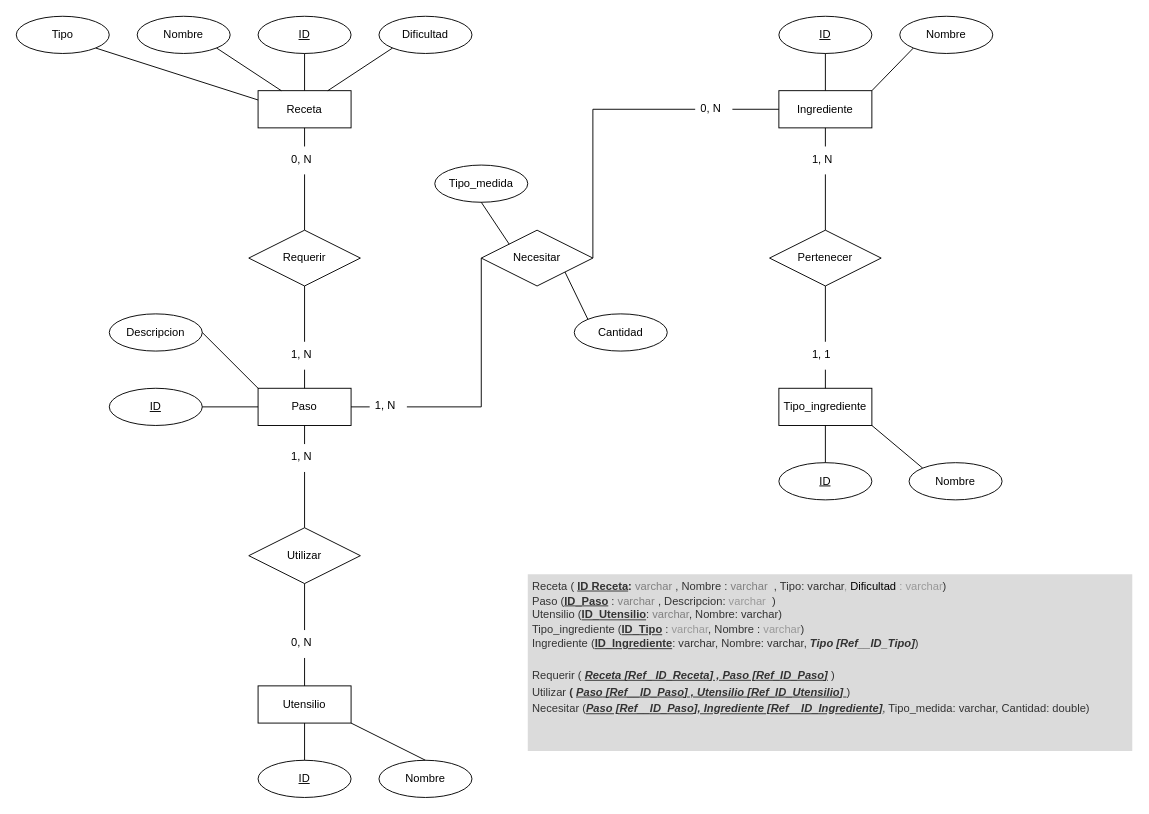
The draw.io diagram Diagramas/Actividad_09_C3_UD12.drawio in jordimall/jmg-tsys-ta12diagramasER-drawio-111023, before the edit. Source tidied: cells renumbered, new cells numbered last; positions are measured from the earlier drawing's top-left corner, leaving out a move shared by most shapes. Both pictures are drawn from the tidied source at 93%, with x=0, y=0 at pixel (16, 16).
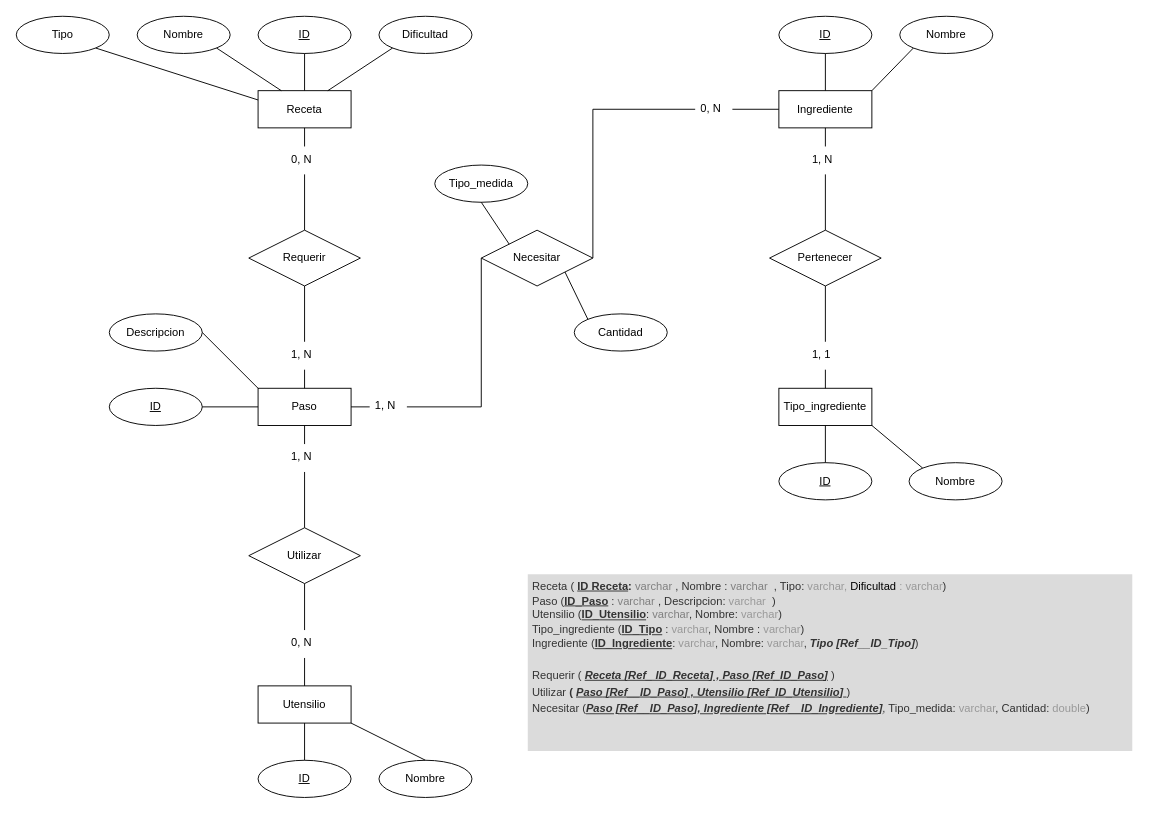
The same page after the edit.

Commit message:
Actualizar modelo relacional Actividad_09_C3_UD12.drawio

Diff of the diagram source:
```diff
@@
-    <mxCell id="63" value="&lt;h1 style=&quot;line-height: 150%;&quot;&gt;&lt;div style=&quot;border-color: var(--border-color); font-size: 12px; line-height: 130%;&quot;&gt;&lt;font style=&quot;border-color: var(--border-color);&quot;&gt;&lt;span style=&quot;border-color: var(--border-color);&quot;&gt;&lt;span style=&quot;border-color: var(--border-color);&quot;&gt;&lt;span style=&quot;font-weight: 400;&quot;&gt;Receta ( &lt;/span&gt;&lt;u style=&quot;&quot;&gt;ID Receta&lt;/u&gt;&lt;/span&gt;&lt;span style=&quot;border-color: var(--border-color);&quot;&gt;:&lt;/span&gt;&lt;font style=&quot;font-weight: 400; border-color: var(--border-color);&quot; color=&quot;#808080&quot;&gt;&amp;nbsp;varchar&lt;/font&gt;&lt;span style=&quot;font-weight: 400;&quot;&gt;&amp;nbsp;, Nombre : &lt;font color=&quot;#808080&quot;&gt;varchar&lt;/font&gt;&lt;/span&gt;&lt;span style=&quot;font-weight: 400;&quot;&gt;&amp;nbsp; , Tipo: varchar&lt;/span&gt;&lt;font style=&quot;font-weight: 400;&quot; color=&quot;#999999&quot;&gt;, &lt;/font&gt;&lt;font color=&quot;#000000&quot; style=&quot;font-weight: 400;&quot;&gt;Dificultad&lt;/font&gt;&lt;font style=&quot;font-weight: 400;&quot; color=&quot;#999999&quot;&gt;&amp;nbsp;: varchar&lt;/font&gt;&lt;span style=&quot;font-weight: 400;&quot;&gt;)&lt;/span&gt;&lt;br&gt;&lt;/span&gt;&lt;/font&gt;&lt;/div&gt;&lt;div style=&quot;border-color: var(--border-color); font-size: 12px; line-height: 130%;&quot;&gt;&lt;font style=&quot;border-color: var(--border-color);&quot;&gt;&lt;span style=&quot;border-color: var(--border-color);&quot;&gt;&lt;span style=&quot;border-color: var(--border-color);&quot;&gt;&lt;span style=&quot;font-weight: 400;&quot;&gt;Paso (&lt;/span&gt;&lt;u&gt;ID_Paso&lt;/u&gt;&lt;/span&gt;&lt;span style=&quot;font-weight: 400; border-color: var(--border-color);&quot;&gt;&amp;nbsp;&lt;/span&gt;&lt;span style=&quot;font-weight: 400; border-color: var(--border-color);&quot;&gt;: &lt;font color=&quot;#808080&quot;&gt;varchar&lt;/font&gt;&lt;/span&gt;&lt;span style=&quot;font-weight: 400; border-color: var(--border-color);&quot;&gt;&amp;nbsp;, Descripcion: &lt;font color=&quot;#999999&quot;&gt;varchar&lt;/font&gt;&amp;nbsp;&amp;nbsp;&lt;/span&gt;&lt;span style=&quot;border-color: var(--border-color);&quot;&gt;&lt;span style=&quot;font-weight: 400;&quot;&gt;)&amp;nbsp;&lt;/span&gt;&lt;/span&gt;&lt;/span&gt;&lt;/font&gt;&lt;/div&gt;&lt;div style=&quot;border-color: var(--border-color); font-size: 12px; line-height: 130%;&quot;&gt;&lt;font style=&quot;border-color: var(--border-color);&quot;&gt;&lt;span style=&quot;border-color: var(--border-color);&quot;&gt;&lt;span style=&quot;font-weight: 400;&quot;&gt;Utensilio (&lt;/span&gt;&lt;u&gt;ID_Utensilio&lt;/u&gt;&lt;/span&gt;&lt;span style=&quot;font-weight: 400;&quot;&gt;: &lt;font color=&quot;#808080&quot;&gt;varchar&lt;/font&gt;&lt;/span&gt;&lt;b style=&quot;font-weight: 400; border-color: var(--border-color);&quot;&gt;,&lt;/b&gt;&lt;span style=&quot;font-weight: 400;&quot;&gt;&amp;nbsp;Nombre: varchar&lt;/span&gt;&lt;span style=&quot;font-weight: 400;&quot;&gt;)&amp;nbsp;&lt;/span&gt;&lt;/font&gt;&lt;/div&gt;&lt;div style=&quot;border-color: var(--border-color); font-size: 12px; line-height: 130%;&quot;&gt;&lt;span style=&quot;background-color: initial; font-weight: 400; border-color: var(--border-color);&quot;&gt;Tipo_ingrediente (&lt;/span&gt;&lt;span style=&quot;background-color: initial; border-color: var(--border-color);&quot;&gt;&lt;u&gt;ID_Tipo&lt;/u&gt;&lt;/span&gt;&lt;span style=&quot;background-color: initial; font-weight: 400; border-color: var(--border-color);&quot;&gt;&amp;nbsp;:&lt;font color=&quot;#999999&quot;&gt;&amp;nbsp;varchar&lt;/font&gt;, Nombre :&lt;font color=&quot;#999999&quot;&gt;&amp;nbsp;varchar&lt;/font&gt;&lt;/span&gt;&lt;span style=&quot;background-color: initial;&quot;&gt;&lt;span style=&quot;font-weight: 400;&quot;&gt;)&lt;/span&gt;&lt;i style=&quot;&quot;&gt;&lt;font style=&quot;&quot; color=&quot;#000000&quot;&gt;&amp;nbsp;&lt;/font&gt;&lt;/i&gt;&lt;/span&gt;&lt;br&gt;&lt;/div&gt;&lt;div style=&quot;border-color: var(--border-color); font-size: 12px; line-height: 130%;&quot;&gt;&lt;span style=&quot;background-color: initial; font-weight: 400;&quot;&gt;Ingrediente (&lt;/span&gt;&lt;span style=&quot;background-color: initial;&quot;&gt;&lt;u&gt;ID_Ingrediente&lt;/u&gt;&lt;/span&gt;&lt;span style=&quot;background-color: initial; font-weight: 400;&quot;&gt;: varchar, Nombre: varchar, &lt;/span&gt;&lt;span style=&quot;background-color: initial;&quot;&gt;&lt;i&gt;Tipo [Ref__ID_Tipo]&lt;/i&gt;&lt;/span&gt;&lt;span style=&quot;background-color: initial; font-weight: 400;&quot;&gt;)&lt;/span&gt;&lt;/div&gt;&lt;div style=&quot;border-color: var(--border-color); font-size: 12px; line-height: 130%;&quot;&gt;&lt;span style=&quot;background-color: initial; font-weight: 400;&quot;&gt;&lt;br&gt;&lt;/span&gt;&lt;/div&gt;&lt;div style=&quot;border-color: var(--border-color); font-weight: 400; font-size: 12px; line-height: 150%;&quot;&gt;&lt;/div&gt;&lt;span style=&quot;border-color: var(--border-color); font-size: 12px;&quot;&gt;&lt;div style=&quot;border-color: var(--border-color); line-height: 150%;&quot;&gt;&lt;font style=&quot;border-color: var(--border-color);&quot;&gt;&lt;b style=&quot;font-style: normal; font-weight: 400; border-color: var(--border-color);&quot;&gt;Requerir (&lt;/b&gt;&lt;b style=&quot;font-style: normal; font-weight: 400; border-color: var(--border-color);&quot;&gt;&amp;nbsp;&lt;/b&gt;&lt;span style=&quot;border-color: var(--border-color);&quot;&gt;&lt;i&gt;&lt;u&gt;Receta&amp;nbsp;&lt;/u&gt;&lt;/i&gt;&lt;/span&gt;&lt;/font&gt;&lt;span style=&quot;font-weight: 400; background-color: initial; border-color: var(--border-color);&quot;&gt;&lt;b style=&quot;border-color: var(--border-color);&quot;&gt;&lt;u style=&quot;&quot;&gt;&lt;i&gt;[Ref_ ID_Receta] , Paso [Ref_ID_Paso]&lt;/i&gt;&lt;/u&gt;&lt;/b&gt;&lt;/span&gt;&lt;span style=&quot;font-weight: 400; background-color: initial;&quot;&gt;&lt;i&gt;&amp;nbsp;&lt;/i&gt;&lt;/span&gt;&lt;span style=&quot;font-style: normal; font-weight: 400; background-color: initial;&quot;&gt;)&lt;/span&gt;&lt;/div&gt;&lt;div style=&quot;border-color: var(--border-color); line-height: 150%;&quot;&gt;&lt;span style=&quot;font-style: normal;&quot;&gt;&lt;span style=&quot;font-weight: normal;&quot;&gt;Utilizar&amp;nbsp;&lt;/span&gt;( &lt;/span&gt;&lt;i&gt;&lt;u&gt;Paso&lt;/u&gt;&lt;/i&gt;&lt;span style=&quot;background-color: initial; font-weight: normal; border-color: var(--border-color);&quot;&gt;&lt;span style=&quot;border-color: var(--border-color); background-color: initial;&quot;&gt;&lt;b style=&quot;border-color: var(--border-color);&quot;&gt;&lt;i&gt;&lt;u&gt;&amp;nbsp;&lt;/u&gt;&lt;/i&gt;&lt;/b&gt;&lt;i&gt;&lt;b style=&quot;text-decoration-line: underline; border-color: var(--border-color);&quot;&gt;[Ref__ID_Paso] , &lt;/b&gt;&lt;b style=&quot;text-decoration-line: underline; border-color: var(--border-color);&quot;&gt;Utensilio &lt;/b&gt;&lt;b style=&quot;text-decoration-line: underline; border-color: var(--border-color);&quot;&gt;[Ref_ID_Utensilio]&lt;/b&gt;&lt;/i&gt;&lt;/span&gt;&lt;span style=&quot;text-decoration-line: underline; font-style: normal; border-color: var(--border-color); background-color: initial;&quot;&gt;&amp;nbsp;&lt;/span&gt;&lt;/span&gt;&lt;span style=&quot;font-style: normal; background-color: initial; font-weight: normal;&quot;&gt;)&amp;nbsp;&lt;/span&gt;&lt;/div&gt;&lt;div style=&quot;border-color: var(--border-color); line-height: 150%;&quot;&gt;&lt;span style=&quot;font-style: normal; background-color: initial; font-weight: normal;&quot;&gt;Necesitar (&lt;/span&gt;&lt;span style=&quot;background-color: initial;&quot;&gt;&lt;i&gt;&lt;u&gt;Paso [Ref__ID_Paso], Ingrediente [Ref__ID_Ingrediente]&lt;/u&gt;&lt;/i&gt;&lt;/span&gt;&lt;span style=&quot;font-style: normal; background-color: initial; font-weight: normal;&quot;&gt;, Tipo_medida: varchar, Cantidad: double)&lt;/span&gt;&lt;/div&gt;&lt;/span&gt;&lt;/h1&gt;" style="text;html=1;strokeColor=none;fillColor=#dbdbdb;spacing=5;spacingTop=-20;whiteSpace=wrap;overflow=hidden;rounded=0;fontColor=#333333;" parent="1" vertex="1">
+    <mxCell id="63" value="&lt;h1 style=&quot;line-height: 150%;&quot;&gt;&lt;div style=&quot;border-color: var(--border-color); font-size: 12px; line-height: 130%;&quot;&gt;&lt;font style=&quot;border-color: var(--border-color);&quot;&gt;&lt;span style=&quot;border-color: var(--border-color);&quot;&gt;&lt;span style=&quot;border-color: var(--border-color);&quot;&gt;&lt;span style=&quot;font-weight: 400;&quot;&gt;Receta ( &lt;/span&gt;&lt;u style=&quot;&quot;&gt;ID Receta&lt;/u&gt;&lt;/span&gt;&lt;span style=&quot;border-color: var(--border-color);&quot;&gt;:&lt;/span&gt;&lt;font style=&quot;font-weight: 400; border-color: var(--border-color);&quot; color=&quot;#808080&quot;&gt;&amp;nbsp;varchar&lt;/font&gt;&lt;span style=&quot;font-weight: 400;&quot;&gt;&amp;nbsp;, Nombre : &lt;font color=&quot;#808080&quot;&gt;varchar&lt;/font&gt;&lt;/span&gt;&lt;span style=&quot;font-weight: 400;&quot;&gt;&amp;nbsp; , Tipo: &lt;font color=&quot;#999999&quot;&gt;varchar&lt;/font&gt;&lt;/span&gt;&lt;font style=&quot;font-weight: 400;&quot; color=&quot;#999999&quot;&gt;, &lt;/font&gt;&lt;font color=&quot;#000000&quot; style=&quot;font-weight: 400;&quot;&gt;Dificultad&lt;/font&gt;&lt;font style=&quot;font-weight: 400;&quot; color=&quot;#999999&quot;&gt;&amp;nbsp;: varchar&lt;/font&gt;&lt;span style=&quot;font-weight: 400;&quot;&gt;)&lt;/span&gt;&lt;br&gt;&lt;/span&gt;&lt;/font&gt;&lt;/div&gt;&lt;div style=&quot;border-color: var(--border-color); font-size: 12px; line-height: 130%;&quot;&gt;&lt;font style=&quot;border-color: var(--border-color);&quot;&gt;&lt;span style=&quot;border-color: var(--border-color);&quot;&gt;&lt;span style=&quot;border-color: var(--border-color);&quot;&gt;&lt;span style=&quot;font-weight: 400;&quot;&gt;Paso (&lt;/span&gt;&lt;u&gt;ID_Paso&lt;/u&gt;&lt;/span&gt;&lt;span style=&quot;font-weight: 400; border-color: var(--border-color);&quot;&gt;&amp;nbsp;&lt;/span&gt;&lt;span style=&quot;font-weight: 400; border-color: var(--border-color);&quot;&gt;: &lt;font color=&quot;#808080&quot;&gt;varchar&lt;/font&gt;&lt;/span&gt;&lt;span style=&quot;font-weight: 400; border-color: var(--border-color);&quot;&gt;&amp;nbsp;, Descripcion: &lt;font color=&quot;#999999&quot;&gt;varchar&lt;/font&gt;&amp;nbsp;&amp;nbsp;&lt;/span&gt;&lt;span style=&quot;border-color: var(--border-color);&quot;&gt;&lt;span style=&quot;font-weight: 400;&quot;&gt;)&amp;nbsp;&lt;/span&gt;&lt;/span&gt;&lt;/span&gt;&lt;/font&gt;&lt;/div&gt;&lt;div style=&quot;border-color: var(--border-color); font-size: 12px; line-height: 130%;&quot;&gt;&lt;font style=&quot;border-color: var(--border-color);&quot;&gt;&lt;span style=&quot;border-color: var(--border-color);&quot;&gt;&lt;span style=&quot;font-weight: 400;&quot;&gt;Utensilio (&lt;/span&gt;&lt;u&gt;ID_Utensilio&lt;/u&gt;&lt;/span&gt;&lt;span style=&quot;font-weight: 400;&quot;&gt;: &lt;font color=&quot;#808080&quot;&gt;varchar&lt;/font&gt;&lt;/span&gt;&lt;b style=&quot;font-weight: 400; border-color: var(--border-color);&quot;&gt;,&lt;/b&gt;&lt;span style=&quot;font-weight: 400;&quot;&gt;&amp;nbsp;Nombre: &lt;font color=&quot;#999999&quot;&gt;varchar&lt;/font&gt;&lt;/span&gt;&lt;span style=&quot;font-weight: 400;&quot;&gt;)&amp;nbsp;&lt;/span&gt;&lt;/font&gt;&lt;/div&gt;&lt;div style=&quot;border-color: var(--border-color); font-size: 12px; line-height: 130%;&quot;&gt;&lt;span style=&quot;background-color: initial; font-weight: 400; border-color: var(--border-color);&quot;&gt;Tipo_ingrediente (&lt;/span&gt;&lt;span style=&quot;background-color: initial; border-color: var(--border-color);&quot;&gt;&lt;u&gt;ID_Tipo&lt;/u&gt;&lt;/span&gt;&lt;span style=&quot;background-color: initial; font-weight: 400; border-color: var(--border-color);&quot;&gt;&amp;nbsp;:&lt;font color=&quot;#999999&quot;&gt;&amp;nbsp;varchar&lt;/font&gt;, Nombre :&lt;font color=&quot;#999999&quot;&gt;&amp;nbsp;varchar&lt;/font&gt;&lt;/span&gt;&lt;span style=&quot;background-color: initial;&quot;&gt;&lt;span style=&quot;font-weight: 400;&quot;&gt;)&lt;/span&gt;&lt;i style=&quot;&quot;&gt;&lt;font style=&quot;&quot; color=&quot;#000000&quot;&gt;&amp;nbsp;&lt;/font&gt;&lt;/i&gt;&lt;/span&gt;&lt;br&gt;&lt;/div&gt;&lt;div style=&quot;border-color: var(--border-color); font-size: 12px; line-height: 130%;&quot;&gt;&lt;span style=&quot;background-color: initial; font-weight: 400;&quot;&gt;Ingrediente (&lt;/span&gt;&lt;span style=&quot;background-color: initial;&quot;&gt;&lt;u&gt;ID_Ingrediente&lt;/u&gt;&lt;/span&gt;&lt;span style=&quot;background-color: initial; font-weight: 400;&quot;&gt;: &lt;font color=&quot;#999999&quot;&gt;varchar&lt;/font&gt;, Nombre: &lt;font color=&quot;#999999&quot;&gt;varchar&lt;/font&gt;, &lt;/span&gt;&lt;span style=&quot;background-color: initial;&quot;&gt;&lt;i&gt;Tipo [Ref__ID_Tipo]&lt;/i&gt;&lt;/span&gt;&lt;span style=&quot;background-color: initial; font-weight: 400;&quot;&gt;)&lt;/span&gt;&lt;/div&gt;&lt;div style=&quot;border-color: var(--border-color); font-size: 12px; line-height: 130%;&quot;&gt;&lt;span style=&quot;background-color: initial; font-weight: 400;&quot;&gt;&lt;br&gt;&lt;/span&gt;&lt;/div&gt;&lt;div style=&quot;border-color: var(--border-color); font-weight: 400; font-size: 12px; line-height: 150%;&quot;&gt;&lt;/div&gt;&lt;span style=&quot;border-color: var(--border-color); font-size: 12px;&quot;&gt;&lt;div style=&quot;border-color: var(--border-color); line-height: 150%;&quot;&gt;&lt;font style=&quot;border-color: var(--border-color);&quot;&gt;&lt;b style=&quot;font-style: normal; font-weight: 400; border-color: var(--border-color);&quot;&gt;Requerir (&lt;/b&gt;&lt;b style=&quot;font-style: normal; font-weight: 400; border-color: var(--border-color);&quot;&gt;&amp;nbsp;&lt;/b&gt;&lt;span style=&quot;border-color: var(--border-color);&quot;&gt;&lt;i&gt;&lt;u&gt;Receta&amp;nbsp;&lt;/u&gt;&lt;/i&gt;&lt;/span&gt;&lt;/font&gt;&lt;span style=&quot;font-weight: 400; background-color: initial; border-color: var(--border-color);&quot;&gt;&lt;b style=&quot;border-color: var(--border-color);&quot;&gt;&lt;u style=&quot;&quot;&gt;&lt;i&gt;[Ref_ ID_Receta] , Paso [Ref_ID_Paso]&lt;/i&gt;&lt;/u&gt;&lt;/b&gt;&lt;/span&gt;&lt;span style=&quot;font-weight: 400; background-color: initial;&quot;&gt;&lt;i&gt;&amp;nbsp;&lt;/i&gt;&lt;/span&gt;&lt;span style=&quot;font-style: normal; font-weight: 400; background-color: initial;&quot;&gt;)&lt;/span&gt;&lt;/div&gt;&lt;div style=&quot;border-color: var(--border-color); line-height: 150%;&quot;&gt;&lt;span style=&quot;font-style: normal;&quot;&gt;&lt;span style=&quot;font-weight: normal;&quot;&gt;Utilizar&amp;nbsp;&lt;/span&gt;( &lt;/span&gt;&lt;i&gt;&lt;u&gt;Paso&lt;/u&gt;&lt;/i&gt;&lt;span style=&quot;background-color: initial; font-weight: normal; border-color: var(--border-color);&quot;&gt;&lt;span style=&quot;border-color: var(--border-color); background-color: initial;&quot;&gt;&lt;b style=&quot;border-color: var(--border-color);&quot;&gt;&lt;i&gt;&lt;u&gt;&amp;nbsp;&lt;/u&gt;&lt;/i&gt;&lt;/b&gt;&lt;i&gt;&lt;b style=&quot;text-decoration-line: underline; border-color: var(--border-color);&quot;&gt;[Ref__ID_Paso] , &lt;/b&gt;&lt;b style=&quot;text-decoration-line: underline; border-color: var(--border-color);&quot;&gt;Utensilio &lt;/b&gt;&lt;b style=&quot;text-decoration-line: underline; border-color: var(--border-color);&quot;&gt;[Ref_ID_Utensilio]&lt;/b&gt;&lt;/i&gt;&lt;/span&gt;&lt;span style=&quot;text-decoration-line: underline; font-style: normal; border-color: var(--border-color); background-color: initial;&quot;&gt;&amp;nbsp;&lt;/span&gt;&lt;/span&gt;&lt;span style=&quot;font-style: normal; background-color: initial; font-weight: normal;&quot;&gt;)&amp;nbsp;&lt;/span&gt;&lt;/div&gt;&lt;div style=&quot;border-color: var(--border-color); line-height: 150%;&quot;&gt;&lt;span style=&quot;font-style: normal; background-color: initial; font-weight: normal;&quot;&gt;Necesitar (&lt;/span&gt;&lt;span style=&quot;background-color: initial;&quot;&gt;&lt;i&gt;&lt;u&gt;Paso [Ref__ID_Paso], Ingrediente [Ref__ID_Ingrediente]&lt;/u&gt;&lt;/i&gt;&lt;/span&gt;&lt;span style=&quot;font-style: normal; background-color: initial; font-weight: normal;&quot;&gt;, Tipo_medida: &lt;font color=&quot;#999999&quot;&gt;varchar&lt;/font&gt;, Cantidad: &lt;font color=&quot;#999999&quot;&gt;double&lt;/font&gt;)&lt;/span&gt;&lt;/div&gt;&lt;/span&gt;&lt;/h1&gt;" style="text;html=1;strokeColor=none;fillColor=#dbdbdb;spacing=5;spacingTop=-20;whiteSpace=wrap;overflow=hidden;rounded=0;fontColor=#333333;" parent="1" vertex="1">
       <mxGeometry x="550" y="600" width="650" height="190" as="geometry" />
     </mxCell>
```
